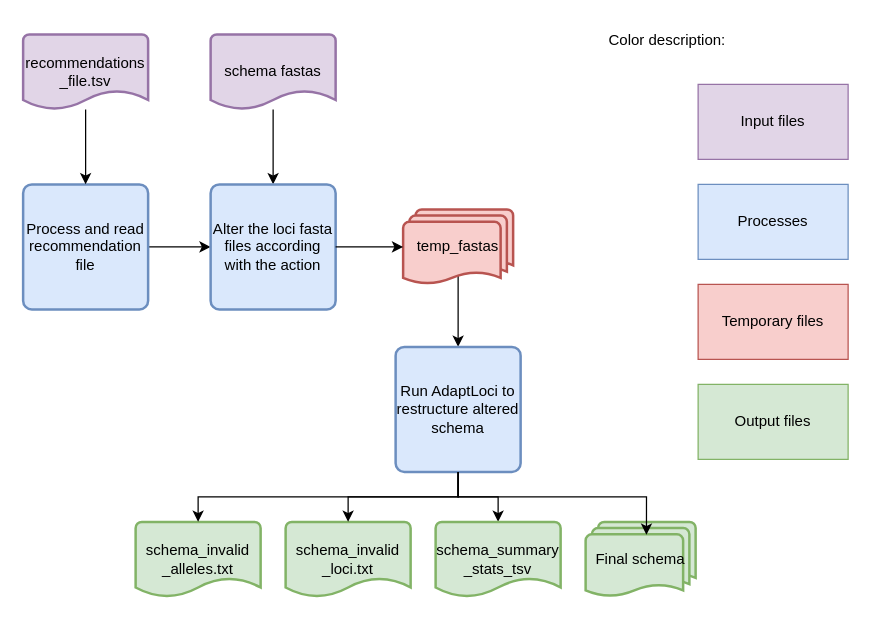
B-UMMI/Schema_Refinery keeps this draw.io diagram as SchemaRefinery/docs/SchemaRefinery/Modules/source/CreateSchemaStructure.drawio. Above is the earlier version. Source tidied: cells renumbered, new cells numbered last; positions are measured from the earlier drawing's top-left corner, leaving out a move shared by most shapes. Both pictures are drawn from the tidied source at 125%, with x=0, y=0 at pixel (22, 21).
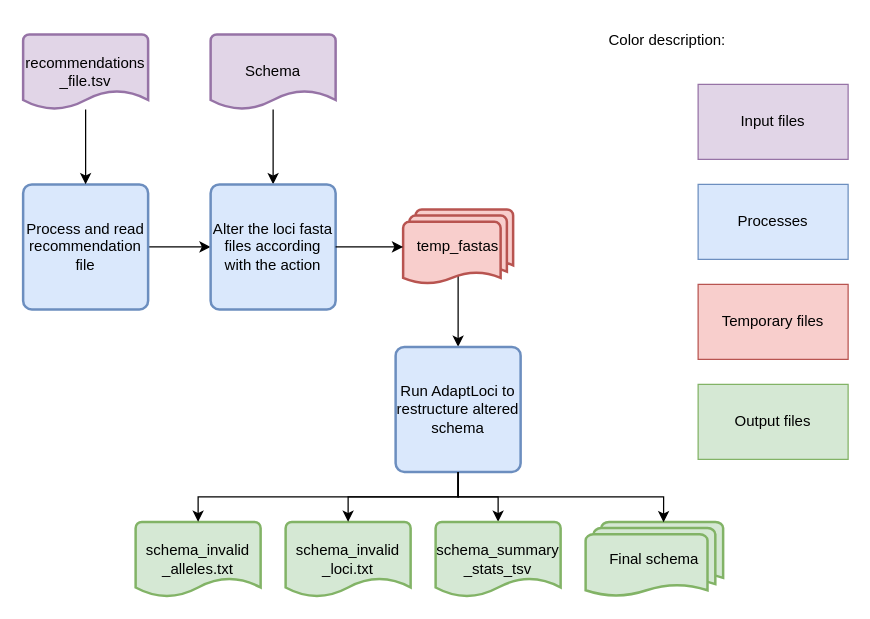
Above is the later version.

Unchanged cells that the change refers to:
```xml
<mxCell id="17" value="Run AdaptLoci to restructure altered schema" style="rounded=1;whiteSpace=wrap;html=1;absoluteArcSize=1;arcSize=14;strokeWidth=2;fillColor=#dae8fc;strokeColor=#6c8ebf;" parent="1" vertex="1">
  <mxGeometry x="298" y="260" width="100" height="100" as="geometry" />
</mxCell>
```

The edit, as a diff of the source:
```diff
@@
-    <mxCell id="12" value="schema fastas" style="strokeWidth=2;html=1;shape=mxgraph.flowchart.document2;whiteSpace=wrap;size=0.25;fillColor=#e1d5e7;strokeColor=#9673a6;" parent="1" vertex="1">
+    <mxCell id="12" value="Schema" style="strokeWidth=2;html=1;shape=mxgraph.flowchart.document2;whiteSpace=wrap;size=0.25;fillColor=#e1d5e7;strokeColor=#9673a6;" parent="1" vertex="1">
       <mxGeometry x="150" y="10" width="100" height="60" as="geometry" />
     </mxCell>
@@
     <mxCell id="18" value="Final schema" style="strokeWidth=2;html=1;shape=mxgraph.flowchart.multi-document;whiteSpace=wrap;fillColor=#d5e8d4;strokeColor=#82b366;" parent="1" vertex="1">
-      <mxGeometry x="450" y="400" width="88" height="60" as="geometry" />
+      <mxGeometry x="450" y="400" width="110" height="60" as="geometry" />
     </mxCell>
@@
-    <mxCell id="23" style="edgeStyle=orthogonalEdgeStyle;rounded=0;jettySize=auto;html=1;exitX=0.5;exitY=1;exitDx=0;exitDy=0;entryX=0.553;entryY=0.172;entryDx=0;entryDy=0;entryPerimeter=0;" parent="1" edge="1" source="17" target="18">
+    <mxCell id="23" style="edgeStyle=orthogonalEdgeStyle;rounded=0;jettySize=auto;html=1;exitX=0.5;exitY=1;exitDx=0;exitDy=0;entryX=0.567;entryY=0.006;entryDx=0;entryDy=0;entryPerimeter=0;" parent="1" edge="1" source="17" target="18">
       <mxGeometry relative="1" as="geometry" />
     </mxCell>
```
